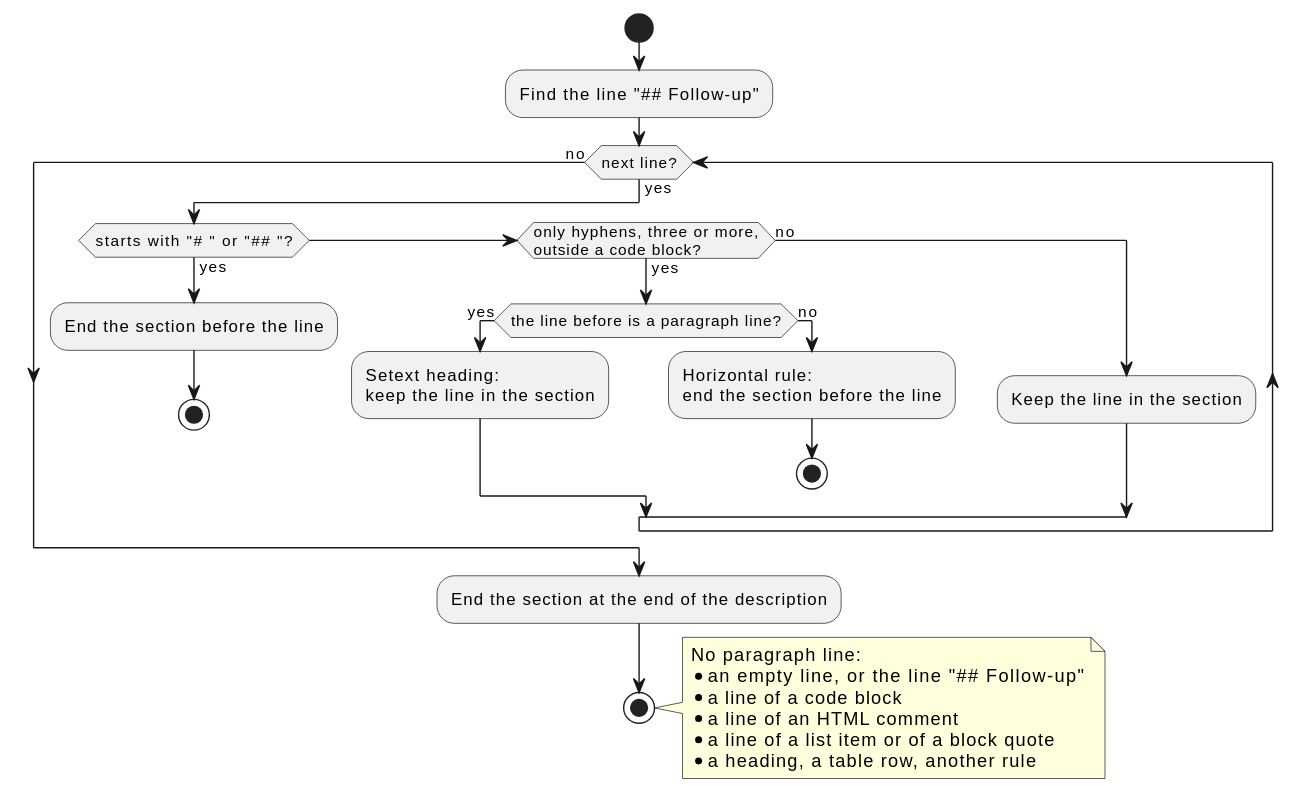
The PlantUML diagram docs/ja/designs/poll-follow-up-section.svg in cloveclovedev/cumin-works, before a commit.
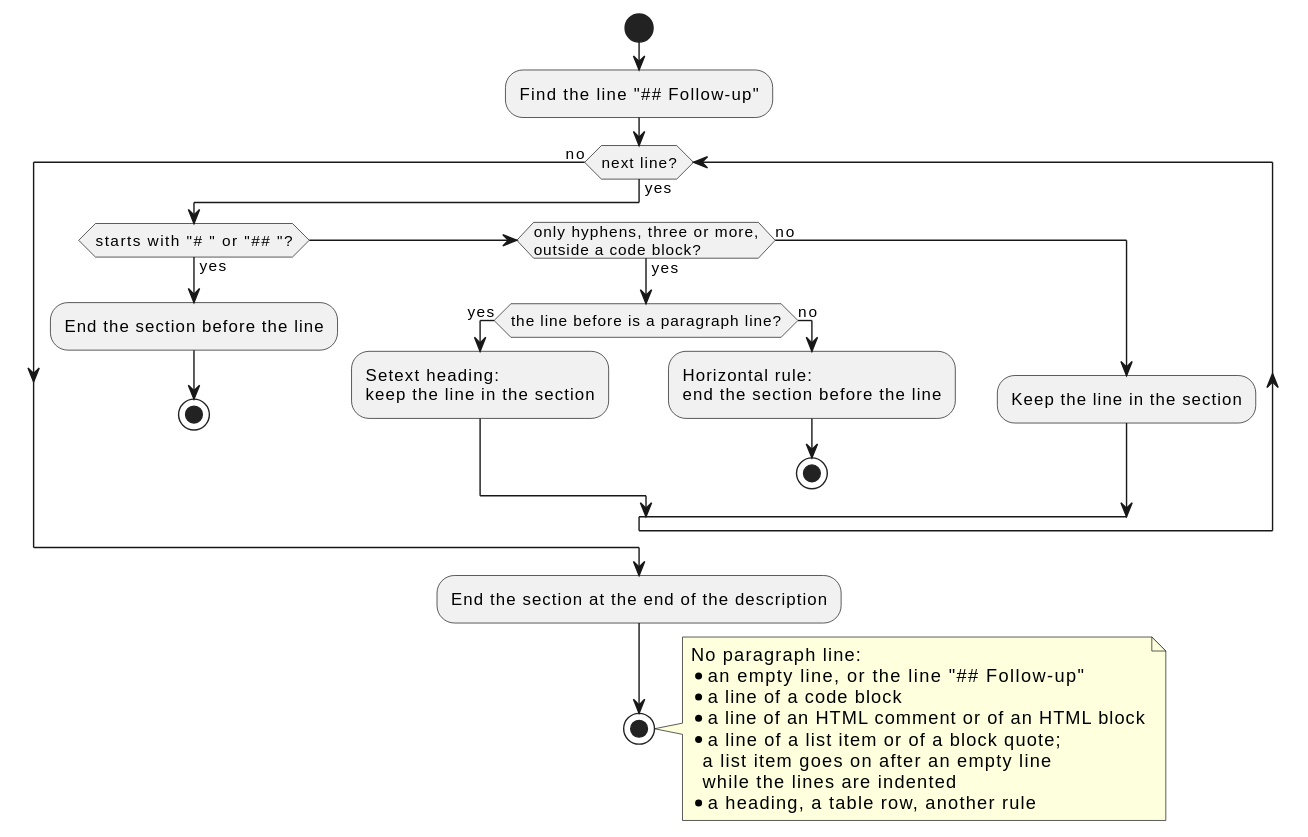
Later version of the same file.

Commit message:
fix(workflow): end the Follow-up section at a rule under a list item paragraph

Change to the diagram source:
```diff
@@ -28,8 +28,10 @@
   No paragraph line:
   * an empty line, or the line "## Follow-up"
   * a line of a code block
-  * a line of an HTML comment
-  * a line of a list item or of a block quote
+  * a line of an HTML comment or of an HTML block
+  * a line of a list item or of a block quote;
+    a list item goes on after an empty line
+    while the lines are indented
   * a heading, a table row, another rule
 end note
 @enduml
```
